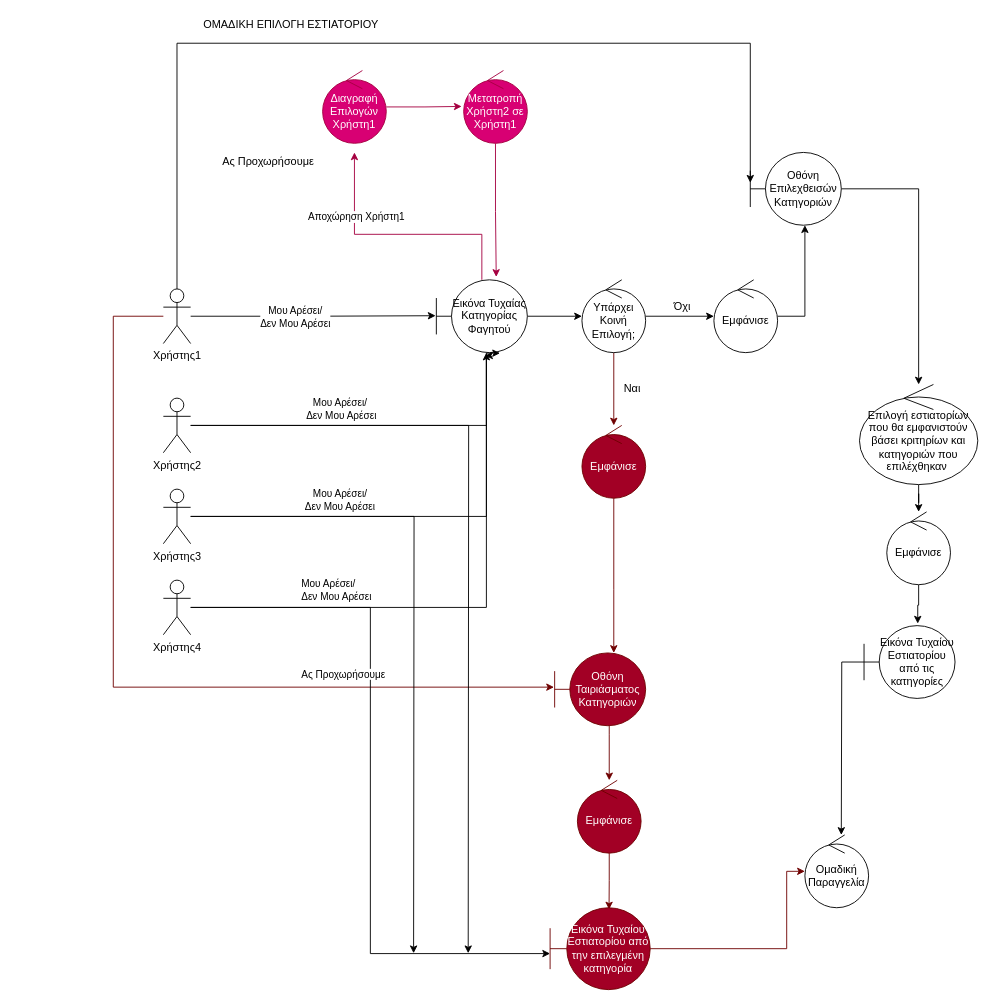
Before: docs/contributions/AthanasiaZ/Writing-Charts/Phase3/Robustness Diagrams/Ομαδική Επιλογή Εστιατορίου.drawio in iloudaros/nomnomr, a draw.io diagram. Source tidied: cells renumbered, new cells numbered last; positions are measured from the earlier drawing's top-left corner, leaving out a move shared by most shapes. Both pictures are drawn from the tidied source at 91%, with x=0, y=0 at pixel (113, 15).
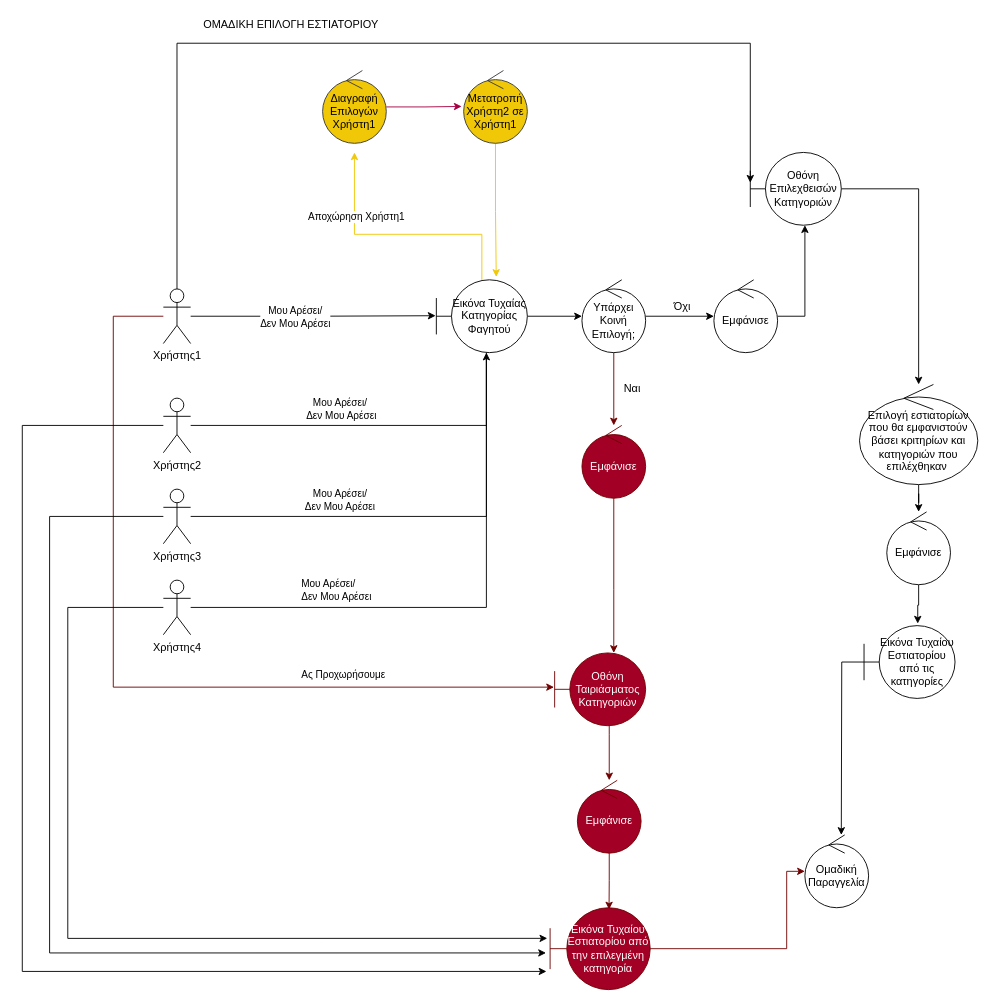
Above is the later version.

Unchanged cells that the change refers to:
```xml
<mxCell id="10" value="Εικόνα Τυχαίας Κατηγορίας Φαγητού" style="shape=umlBoundary;whiteSpace=wrap;html=1;" parent="1" vertex="1">
  <mxGeometry x="355" y="290" width="100" height="80" as="geometry" />
</mxCell>
<mxCell id="13" value="Χρήστης2" style="shape=umlActor;verticalLabelPosition=bottom;verticalAlign=top;html=1;outlineConnect=0;" parent="1" vertex="1">
  <mxGeometry x="55" y="420" width="30" height="60" as="geometry" />
</mxCell>
<mxCell id="16" value="Χρήστης3" style="shape=umlActor;verticalLabelPosition=bottom;verticalAlign=top;html=1;outlineConnect=0;" parent="1" vertex="1">
  <mxGeometry x="55" y="520" width="30" height="60" as="geometry" />
</mxCell>
<mxCell id="19" value="Χρήστης4" style="shape=umlActor;verticalLabelPosition=bottom;verticalAlign=top;html=1;outlineConnect=0;" parent="1" vertex="1">
  <mxGeometry x="55" y="620" width="30" height="60" as="geometry" />
</mxCell>
<mxCell id="41" value="Εικόνα Τυχαίου Εστιατορίου από την επιλεγμένη κατηγορία" style="shape=umlBoundary;whiteSpace=wrap;html=1;fillColor=#a20025;fontColor=#ffffff;strokeColor=#6F0000;" parent="1" vertex="1">
  <mxGeometry x="480" y="980" width="110" height="90" as="geometry" />
</mxCell>
```

What changed in the source:
```diff
@@
-    <mxCell id="7" style="edgeStyle=orthogonalEdgeStyle;rounded=0;jettySize=auto;html=1;fillColor=#d80073;strokeColor=#A50040;" parent="1" edge="1" source="10">
+    <mxCell id="7" style="edgeStyle=orthogonalEdgeStyle;rounded=0;jettySize=auto;html=1;fillColor=#ffff88;strokeColor=#F0C808;" parent="1" edge="1" source="10">
       <mxGeometry relative="1" as="geometry">
         <mxPoint x="265" y="150" as="targetPoint" />
         <Array as="points">
           <mxPoint x="405" y="240" />
           <mxPoint x="265" y="240" />
         </Array>
       </mxGeometry>
     </mxCell>
@@
     <mxCell id="12" style="edgeStyle=orthogonalEdgeStyle;rounded=0;jettySize=auto;html=1;" parent="1" edge="1" source="13">
       <mxGeometry relative="1" as="geometry">
-        <mxPoint x="390" y="1030" as="targetPoint" />
+        <mxPoint x="476" y="1050" as="targetPoint" />
+        <Array as="points">
+          <mxPoint x="-100" y="450" />
+          <mxPoint x="-100" y="1050" />
+        </Array>
       </mxGeometry>
     </mxCell>
@@
-    <mxCell id="14" style="edgeStyle=orthogonalEdgeStyle;rounded=0;jettySize=auto;html=1;entryX=0.536;entryY=1.043;entryDx=0;entryDy=0;entryPerimeter=0;" parent="1" edge="1" source="16" target="10">
+    <mxCell id="14" style="edgeStyle=orthogonalEdgeStyle;rounded=0;jettySize=auto;html=1;entryX=0.536;entryY=1.043;entryDx=0;entryDy=0;entryPerimeter=0;endArrow=none;endFill=0;" parent="1" edge="1" source="16" target="10">
       <mxGeometry relative="1" as="geometry">
         <Array as="points">
           <mxPoint x="410" y="550" />
           <mxPoint x="410" y="373" />
         </Array>
       </mxGeometry>
     </mxCell>
-    <mxCell id="15" style="edgeStyle=orthogonalEdgeStyle;rounded=0;jettySize=auto;html=1;" parent="1" edge="1" source="16">
+    <mxCell id="15" style="edgeStyle=orthogonalEdgeStyle;rounded=0;jettySize=auto;html=1;entryX=-0.041;entryY=0.552;entryDx=0;entryDy=0;entryPerimeter=0;" parent="1" edge="1" source="16" target="41">
       <mxGeometry relative="1" as="geometry">
-        <mxPoint x="330" y="1030" as="targetPoint" />
+        <Array as="points">
+          <mxPoint x="-70" y="550" />
+          <mxPoint x="-70" y="1030" />
+        </Array>
       </mxGeometry>
     </mxCell>
@@
-    <mxCell id="17" style="edgeStyle=orthogonalEdgeStyle;rounded=0;jettySize=auto;html=1;entryX=0.7;entryY=1.007;entryDx=0;entryDy=0;entryPerimeter=0;" parent="1" edge="1" source="19" target="10">
+    <mxCell id="17" style="edgeStyle=orthogonalEdgeStyle;rounded=0;jettySize=auto;html=1;endArrow=none;endFill=0;" parent="1" edge="1" source="19">
       <mxGeometry relative="1" as="geometry">
+        <mxPoint x="410" y="370" as="targetPoint" />
         <Array as="points">
           <mxPoint x="410" y="650" />
-          <mxPoint x="410" y="371" />
+          <mxPoint x="410" y="370" />
         </Array>
       </mxGeometry>
     </mxCell>
-    <mxCell id="18" style="edgeStyle=orthogonalEdgeStyle;rounded=0;jettySize=auto;html=1;entryX=0;entryY=0.56;entryDx=0;entryDy=0;entryPerimeter=0;" parent="1" edge="1" source="19" target="41">
-      <mxGeometry relative="1" as="geometry" />
+    <mxCell id="18" style="edgeStyle=orthogonalEdgeStyle;rounded=0;jettySize=auto;html=1;entryX=-0.028;entryY=0.374;entryDx=0;entryDy=0;entryPerimeter=0;" parent="1" edge="1" source="19" target="41">
+      <mxGeometry relative="1" as="geometry">
+        <Array as="points">
+          <mxPoint x="-50" y="650" />
+          <mxPoint x="-50" y="1014" />
+        </Array>
+      </mxGeometry>
     </mxCell>
@@
-    <mxCell id="44" value="Διαγραφή Επιλογών Χρήστη1" style="ellipse;shape=umlControl;whiteSpace=wrap;html=1;fillColor=#d80073;fontColor=#ffffff;strokeColor=#A50040;" parent="1" vertex="1">
+    <mxCell id="44" value="Διαγραφή Επιλογών Χρήστη1" style="ellipse;shape=umlControl;whiteSpace=wrap;html=1;fillColor=#F0C808;strokeColor=#36393d;" parent="1" vertex="1">
       <mxGeometry x="230" y="60" width="70" height="80" as="geometry" />
     </mxCell>
-    <mxCell id="45" style="edgeStyle=orthogonalEdgeStyle;rounded=0;jettySize=auto;html=1;entryX=0.658;entryY=-0.04;entryDx=0;entryDy=0;entryPerimeter=0;fillColor=#d80073;strokeColor=#A50040;" parent="1" edge="1" source="46" target="10">
+    <mxCell id="45" style="edgeStyle=orthogonalEdgeStyle;rounded=0;jettySize=auto;html=1;entryX=0.658;entryY=-0.04;entryDx=0;entryDy=0;entryPerimeter=0;fillColor=#d80073;strokeColor=#F0C808;" parent="1" edge="1" source="46" target="10">
       <mxGeometry relative="1" as="geometry" />
     </mxCell>
-    <mxCell id="46" value="Μετατροπή Χρήστη2 σε Χρήστη1" style="ellipse;shape=umlControl;whiteSpace=wrap;html=1;fillColor=#d80073;fontColor=#ffffff;strokeColor=#A50040;" parent="1" vertex="1">
+    <mxCell id="46" value="Μετατροπή Χρήστη2 σε Χρήστη1" style="ellipse;shape=umlControl;whiteSpace=wrap;html=1;fillColor=#F0C808;strokeColor=#36393d;" parent="1" vertex="1">
       <mxGeometry x="385" y="60" width="70" height="80" as="geometry" />
     </mxCell>
@@
-    <mxCell id="53" value="Ας Προχωρήσουμε" style="text;html=1;align=center;verticalAlign=middle;strokeColor=none;fillColor=none;" parent="1" vertex="1">
-      <mxGeometry x="110" y="150" width="120" height="20" as="geometry" />
-    </mxCell>
```
